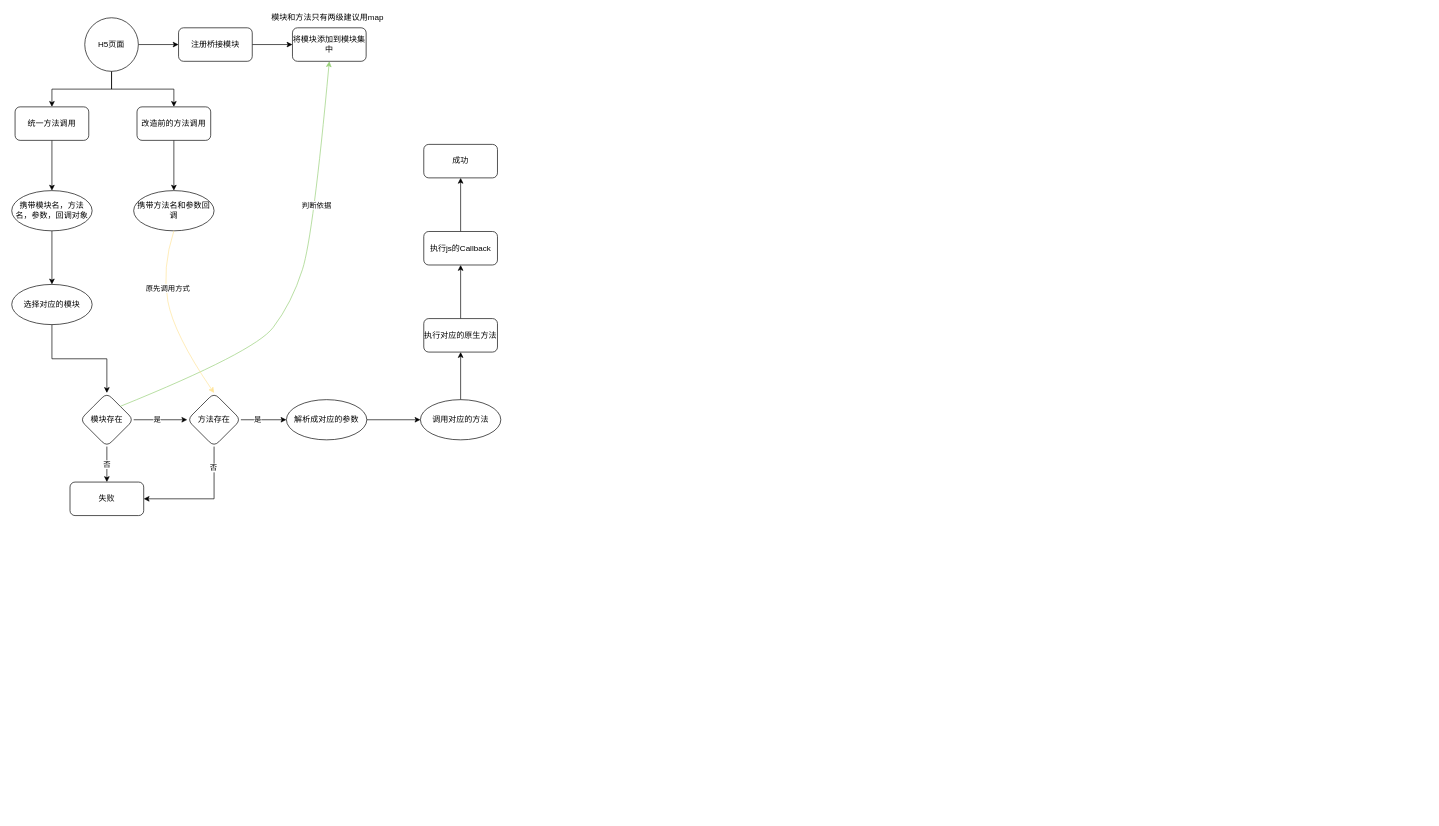
Earlier version of the draw.io diagram page "第 3 页" (3 of 3) of .drawio-chrome/通用bridge.drawio (yyht800/SiGuoYa). Source tidied: cells renumbered, new cells numbered last; positions are measured from the earlier drawing's top-left corner, leaving out a move shared by most shapes. Both pictures are drawn from the tidied source at 67%, with x=0, y=0 at pixel (11, 11).
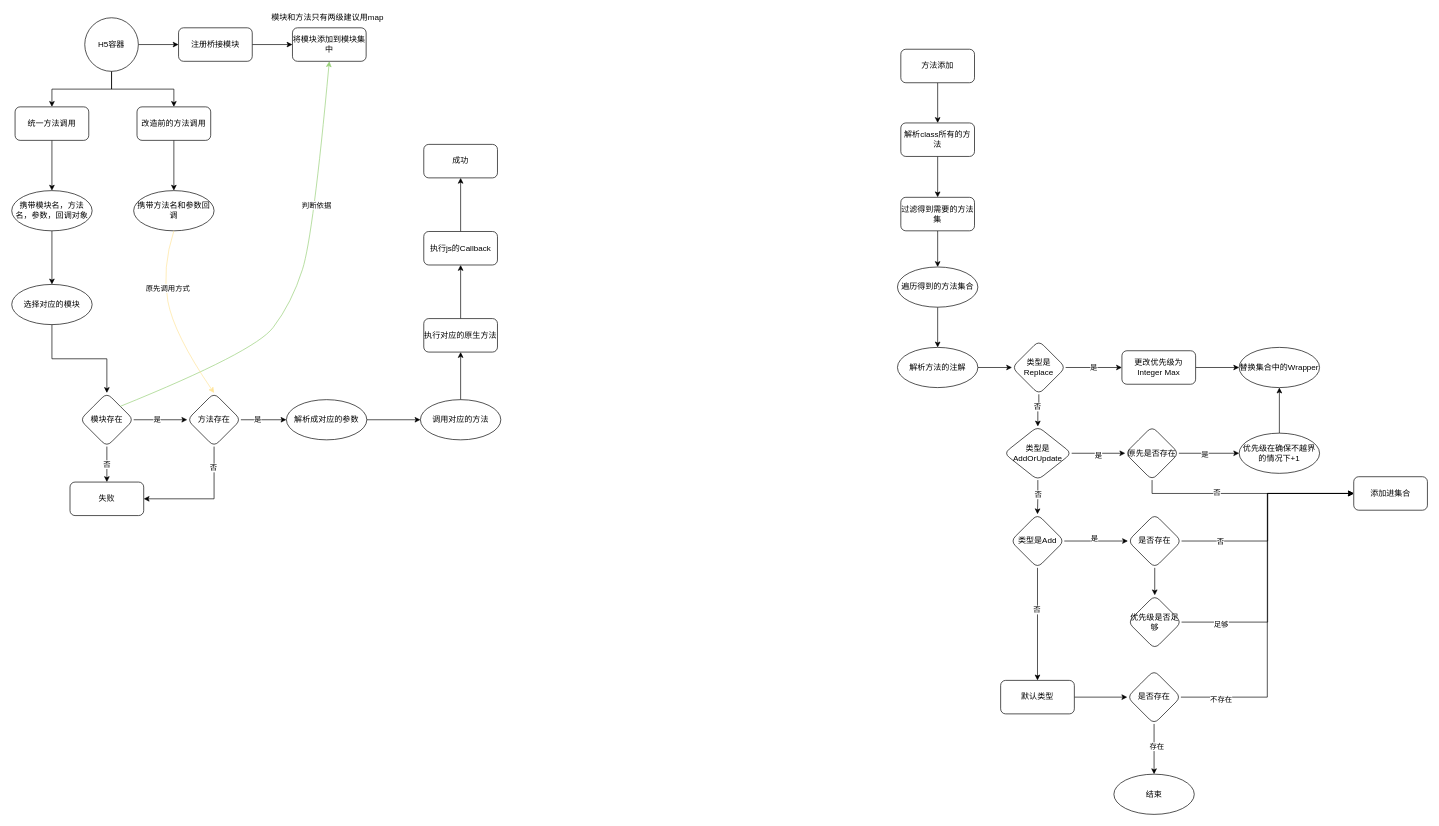
The same page after the edit.

The edit, as a diff of the source:
```diff
@@
-    <mxCell id="5" value="H5页面" style="ellipse;whiteSpace=wrap;html=1;" parent="1" vertex="1">
+    <mxCell id="5" value="H5容器" style="ellipse;whiteSpace=wrap;html=1;" parent="1" vertex="1">
       <mxGeometry x="109" y="9" width="80" height="80" as="geometry" />
     </mxCell>
@@
+    <mxCell id="42" style="edgeStyle=orthogonalEdgeStyle;rounded=0;jettySize=auto;html=1;" parent="1" edge="1" source="43" target="45">
+      <mxGeometry relative="1" as="geometry" />
+    </mxCell>
+    <mxCell id="43" value="方法添加" style="rounded=1;whiteSpace=wrap;html=1;" parent="1" vertex="1">
+      <mxGeometry x="1327" y="56" width="110" height="50" as="geometry" />
+    </mxCell>
+    <mxCell id="44" style="edgeStyle=orthogonalEdgeStyle;rounded=0;jettySize=auto;html=1;" parent="1" edge="1" source="45" target="47">
+      <mxGeometry relative="1" as="geometry" />
+    </mxCell>
+    <mxCell id="45" value="解析class所有的方法" style="rounded=1;whiteSpace=wrap;html=1;" parent="1" vertex="1">
+      <mxGeometry x="1327" y="166" width="110" height="50" as="geometry" />
+    </mxCell>
+    <mxCell id="46" style="edgeStyle=orthogonalEdgeStyle;rounded=0;jettySize=auto;html=1;" parent="1" edge="1" source="47" target="49">
+      <mxGeometry relative="1" as="geometry" />
+    </mxCell>
+    <mxCell id="47" value="过滤得到需要的方法集" style="rounded=1;whiteSpace=wrap;html=1;" parent="1" vertex="1">
+      <mxGeometry x="1327" y="277" width="110" height="50" as="geometry" />
+    </mxCell>
+    <mxCell id="48" style="edgeStyle=orthogonalEdgeStyle;rounded=0;jettySize=auto;html=1;" parent="1" edge="1" source="49" target="58">
+      <mxGeometry relative="1" as="geometry" />
+    </mxCell>
+    <mxCell id="49" value="遍历得到的方法集合" style="ellipse;whiteSpace=wrap;html=1;rounded=1;" parent="1" vertex="1">
+      <mxGeometry x="1322" y="381" width="120" height="60" as="geometry" />
+    </mxCell>
+    <mxCell id="50" value="是" style="edgeStyle=orthogonalEdgeStyle;rounded=0;jettySize=auto;html=1;" parent="1" edge="1" source="53" target="55">
+      <mxGeometry relative="1" as="geometry" />
+    </mxCell>
+    <mxCell id="51" style="edgeStyle=orthogonalEdgeStyle;rounded=0;jettySize=auto;html=1;" parent="1" edge="1" source="53" target="63">
+      <mxGeometry relative="1" as="geometry" />
+    </mxCell>
+    <mxCell id="52" value="否" style="edgeLabel;html=1;align=center;verticalAlign=middle;" parent="51" vertex="1">
+      <mxGeometry x="-0.26" y="-3" relative="1" as="geometry" />
+    </mxCell>
+    <mxCell id="53" value="类型是Replace" style="rhombus;whiteSpace=wrap;html=1;rounded=1;" parent="1" vertex="1">
+      <mxGeometry x="1493" y="491" width="80" height="80" as="geometry" />
+    </mxCell>
+    <mxCell id="54" style="edgeStyle=orthogonalEdgeStyle;rounded=0;jettySize=auto;html=1;" parent="1" edge="1" source="55" target="56">
+      <mxGeometry relative="1" as="geometry" />
+    </mxCell>
+    <mxCell id="55" value="更改优先级为Integer Max" style="rounded=1;whiteSpace=wrap;html=1;" parent="1" vertex="1">
+      <mxGeometry x="1657" y="506" width="110" height="50" as="geometry" />
+    </mxCell>
+    <mxCell id="56" value="替换集合中的Wrapper" style="ellipse;whiteSpace=wrap;html=1;rounded=1;" parent="1" vertex="1">
+      <mxGeometry x="1832" y="501" width="120" height="60" as="geometry" />
+    </mxCell>
+    <mxCell id="57" style="edgeStyle=orthogonalEdgeStyle;rounded=0;jettySize=auto;html=1;" parent="1" edge="1" source="58" target="53">
+      <mxGeometry relative="1" as="geometry" />
+    </mxCell>
+    <mxCell id="58" value="解析方法的注解" style="ellipse;whiteSpace=wrap;html=1;rounded=1;" parent="1" vertex="1">
+      <mxGeometry x="1322" y="501" width="120" height="60" as="geometry" />
+    </mxCell>
+    <mxCell id="59" style="edgeStyle=orthogonalEdgeStyle;rounded=0;jettySize=auto;html=1;" parent="1" edge="1" source="63" target="68">
+      <mxGeometry relative="1" as="geometry" />
+    </mxCell>
+    <mxCell id="60" value="否" style="edgeLabel;html=1;align=center;verticalAlign=middle;" parent="59" vertex="1">
+      <mxGeometry x="-0.18" relative="1" as="geometry" />
+    </mxCell>
+    <mxCell id="61" style="edgeStyle=orthogonalEdgeStyle;rounded=0;jettySize=auto;html=1;exitX=1;exitY=0.5;exitDx=0;exitDy=0;" parent="1" edge="1" source="63" target="74">
+      <mxGeometry relative="1" as="geometry" />
+    </mxCell>
+    <mxCell id="62" value="是" style="edgeLabel;html=1;align=center;verticalAlign=middle;" parent="61" vertex="1">
+      <mxGeometry x="-0.03" y="-2" relative="1" as="geometry" />
+    </mxCell>
+    <mxCell id="63" value="类型是AddOrUpdate" style="rhombus;whiteSpace=wrap;html=1;rounded=1;" parent="1" vertex="1">
+      <mxGeometry x="1481" y="619" width="101" height="80" as="geometry" />
+    </mxCell>
+    <mxCell id="64" style="edgeStyle=orthogonalEdgeStyle;rounded=0;jettySize=auto;html=1;" parent="1" edge="1" source="68" target="80">
+      <mxGeometry relative="1" as="geometry" />
+    </mxCell>
+    <mxCell id="65" value="是" style="edgeLabel;html=1;align=center;verticalAlign=middle;" parent="64" vertex="1">
+      <mxGeometry x="-0.24" y="4" relative="1" as="geometry">
+        <mxPoint x="8" as="offset" />
+      </mxGeometry>
+    </mxCell>
+    <mxCell id="66" style="edgeStyle=orthogonalEdgeStyle;rounded=0;jettySize=auto;html=1;exitX=0.5;exitY=1;exitDx=0;exitDy=0;entryX=0.5;entryY=0;entryDx=0;entryDy=0;" parent="1" edge="1" source="68" target="85">
+      <mxGeometry relative="1" as="geometry" />
+    </mxCell>
+    <mxCell id="67" value="否" style="edgeLabel;html=1;align=center;verticalAlign=middle;" parent="66" vertex="1">
+      <mxGeometry x="-0.26" y="-2" relative="1" as="geometry" />
+    </mxCell>
+    <mxCell id="68" value="类型是Add" style="rhombus;whiteSpace=wrap;html=1;rounded=1;" parent="1" vertex="1">
+      <mxGeometry x="1491" y="750" width="80" height="80" as="geometry" />
+    </mxCell>
+    <mxCell id="69" value="添加进集合" style="rounded=1;whiteSpace=wrap;html=1;" parent="1" vertex="1">
+      <mxGeometry x="2003" y="694" width="110" height="50" as="geometry" />
+    </mxCell>
+    <mxCell id="70" style="edgeStyle=orthogonalEdgeStyle;rounded=0;jettySize=auto;html=1;" parent="1" edge="1" source="74" target="76">
+      <mxGeometry relative="1" as="geometry" />
+    </mxCell>
+    <mxCell id="71" value="是" style="edgeLabel;html=1;align=center;verticalAlign=middle;" parent="70" vertex="1">
+      <mxGeometry x="-0.16" y="-1" relative="1" as="geometry" />
+    </mxCell>
+    <mxCell id="72" style="edgeStyle=orthogonalEdgeStyle;rounded=0;jettySize=auto;html=1;exitX=0.5;exitY=1;exitDx=0;exitDy=0;entryX=0;entryY=0.5;entryDx=0;entryDy=0;" parent="1" edge="1" source="74" target="69">
+      <mxGeometry relative="1" as="geometry" />
+    </mxCell>
+    <mxCell id="73" value="否" style="edgeLabel;html=1;align=center;verticalAlign=middle;" parent="72" vertex="1">
+      <mxGeometry x="-0.28" y="2" relative="1" as="geometry" />
+    </mxCell>
+    <mxCell id="74" value="原先是否存在" style="rhombus;whiteSpace=wrap;html=1;rounded=1;" parent="1" vertex="1">
+      <mxGeometry x="1662" y="619" width="80" height="80" as="geometry" />
+    </mxCell>
+    <mxCell id="75" style="edgeStyle=orthogonalEdgeStyle;rounded=0;jettySize=auto;html=1;exitX=0.5;exitY=0;exitDx=0;exitDy=0;entryX=0.5;entryY=1;entryDx=0;entryDy=0;" parent="1" edge="1" source="76" target="56">
+      <mxGeometry relative="1" as="geometry" />
+    </mxCell>
+    <mxCell id="76" value="优先级在确保不越界的情况下+1" style="ellipse;whiteSpace=wrap;html=1;rounded=1;" parent="1" vertex="1">
+      <mxGeometry x="1832" y="629" width="120" height="60" as="geometry" />
+    </mxCell>
+    <mxCell id="77" style="edgeStyle=orthogonalEdgeStyle;rounded=0;jettySize=auto;html=1;exitX=1;exitY=0.5;exitDx=0;exitDy=0;entryX=0;entryY=0.5;entryDx=0;entryDy=0;" parent="1" edge="1" source="80" target="69">
+      <mxGeometry relative="1" as="geometry" />
+    </mxCell>
+    <mxCell id="78" value="否" style="edgeLabel;html=1;align=center;verticalAlign=middle;" parent="77" vertex="1">
+      <mxGeometry x="-0.56" relative="1" as="geometry">
+        <mxPoint x="-15" as="offset" />
+      </mxGeometry>
+    </mxCell>
+    <mxCell id="79" style="edgeStyle=orthogonalEdgeStyle;rounded=0;jettySize=auto;html=1;" parent="1" edge="1" source="80" target="83">
+      <mxGeometry relative="1" as="geometry" />
+    </mxCell>
+    <mxCell id="80" value="是否存在" style="rhombus;whiteSpace=wrap;html=1;rounded=1;" parent="1" vertex="1">
+      <mxGeometry x="1666" y="750" width="80" height="80" as="geometry" />
+    </mxCell>
+    <mxCell id="81" style="edgeStyle=orthogonalEdgeStyle;rounded=0;jettySize=auto;html=1;exitX=1;exitY=0.5;exitDx=0;exitDy=0;entryX=0;entryY=0.5;entryDx=0;entryDy=0;" parent="1" edge="1" source="83" target="69">
+      <mxGeometry relative="1" as="geometry" />
+    </mxCell>
+    <mxCell id="82" value="足够" style="edgeLabel;html=1;align=center;verticalAlign=middle;" parent="81" vertex="1">
+      <mxGeometry x="-0.74" y="-3" relative="1" as="geometry" />
+    </mxCell>
+    <mxCell id="83" value="优先级是否足够" style="rhombus;whiteSpace=wrap;html=1;rounded=1;" parent="1" vertex="1">
+      <mxGeometry x="1666" y="871" width="80" height="80" as="geometry" />
+    </mxCell>
+    <mxCell id="84" style="edgeStyle=orthogonalEdgeStyle;rounded=0;jettySize=auto;html=1;" parent="1" edge="1" source="85" target="90">
+      <mxGeometry relative="1" as="geometry" />
+    </mxCell>
+    <mxCell id="85" value="默认类型" style="rounded=1;whiteSpace=wrap;html=1;" parent="1" vertex="1">
+      <mxGeometry x="1476" y="998" width="110" height="50" as="geometry" />
+    </mxCell>
+    <mxCell id="86" style="edgeStyle=orthogonalEdgeStyle;rounded=0;jettySize=auto;html=1;exitX=1;exitY=0.5;exitDx=0;exitDy=0;entryX=0;entryY=0.5;entryDx=0;entryDy=0;" parent="1" edge="1" source="90" target="69">
+      <mxGeometry relative="1" as="geometry" />
+    </mxCell>
+    <mxCell id="87" value="不存在" style="edgeLabel;html=1;align=center;verticalAlign=middle;" parent="86" vertex="1">
+      <mxGeometry x="-0.79" y="-3" relative="1" as="geometry" />
+    </mxCell>
+    <mxCell id="88" style="edgeStyle=orthogonalEdgeStyle;rounded=0;jettySize=auto;html=1;" parent="1" edge="1" source="90" target="91">
+      <mxGeometry relative="1" as="geometry" />
+    </mxCell>
+    <mxCell id="89" value="存在" style="edgeLabel;html=1;align=center;verticalAlign=middle;" parent="88" vertex="1">
+      <mxGeometry x="-0.13" y="3" relative="1" as="geometry" />
+    </mxCell>
+    <mxCell id="90" value="是否存在" style="rhombus;whiteSpace=wrap;html=1;rounded=1;" parent="1" vertex="1">
+      <mxGeometry x="1665" y="983" width="80" height="80" as="geometry" />
+    </mxCell>
+    <mxCell id="91" value="结束" style="ellipse;whiteSpace=wrap;html=1;rounded=1;" parent="1" vertex="1">
+      <mxGeometry x="1645" y="1138" width="120" height="60" as="geometry" />
+    </mxCell>
```
